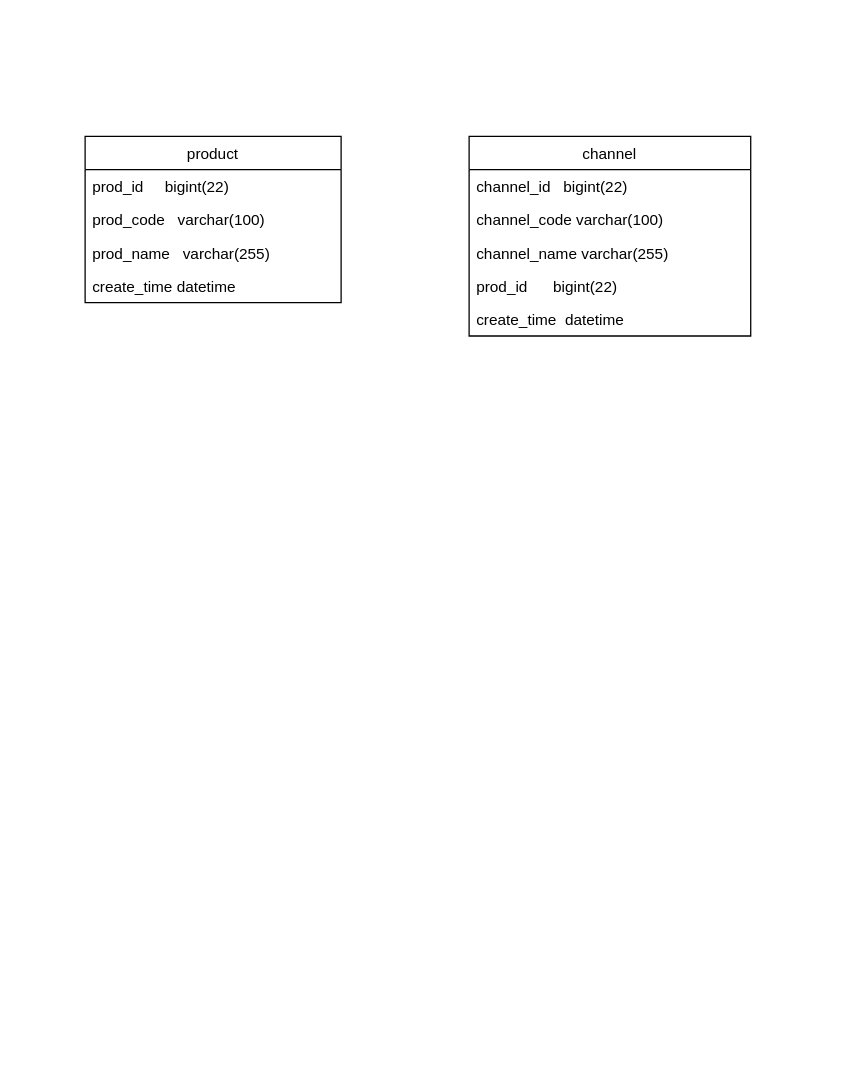
Above: pdf/未命名绘图.drawio in hjj5258/computer-system-learning (draw.io), before the change. Source tidied: cells renumbered, new cells numbered last; positions are measured from the earlier drawing's top-left corner, leaving out a move shared by most shapes. Both pictures are drawn from the tidied source at 128%, with x=0, y=0 at pixel (84, 136).
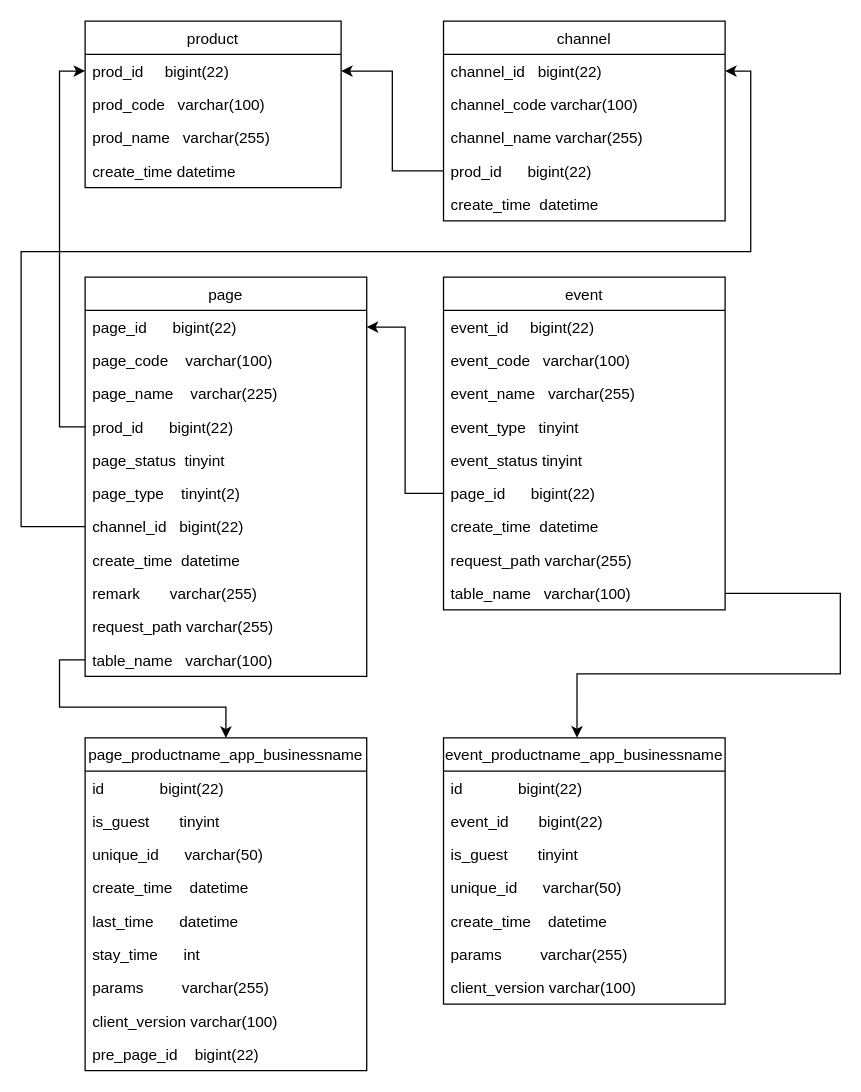
The same page after the edit.

Commit message:
更新未命名绘图.drawio

Unchanged cells that the change refers to:
```xml
<mxCell id="3" value="prod_id     bigint(22)" style="text;strokeColor=none;fillColor=none;align=left;verticalAlign=top;spacingLeft=4;spacingRight=4;overflow=hidden;points=[[0,0.5],[1,0.5]];portConstraint=eastwest;" parent="2" vertex="1">
  <mxGeometry y="26" width="200" height="26" as="geometry" />
</mxCell>
<mxCell id="8" value="channel_id   bigint(22)" style="text;strokeColor=none;fillColor=none;align=left;verticalAlign=top;spacingLeft=4;spacingRight=4;overflow=hidden;points=[[0,0.5],[1,0.5]];portConstraint=eastwest;" parent="7" vertex="1">
  <mxGeometry y="26" width="220" height="26" as="geometry" />
</mxCell>
<mxCell id="11" value="prod_id      bigint(22)" style="text;strokeColor=none;fillColor=none;align=left;verticalAlign=top;spacingLeft=4;spacingRight=4;overflow=hidden;points=[[0,0.5],[1,0.5]];portConstraint=eastwest;" parent="7" vertex="1">
  <mxGeometry y="104" width="220" height="26" as="geometry" />
</mxCell>
```

The edit, as a diff of the source:
```diff
@@
     <mxCell id="2" value="product" style="swimlane;fontStyle=0;horizontal=1;startSize=26;fillColor=none;" parent="1" vertex="1">
-      <mxGeometry width="200" height="130" as="geometry" />
+      <mxGeometry y="-90" width="200" height="130" as="geometry" />
     </mxCell>
@@
     <mxCell id="7" value="channel" style="swimlane;fontStyle=0;horizontal=1;startSize=26;fillColor=none;" parent="1" vertex="1">
-      <mxGeometry x="300" width="220" height="156" as="geometry" />
+      <mxGeometry x="280" y="-90" width="220" height="156" as="geometry" />
     </mxCell>
@@
+    <mxCell id="13" value="page" style="swimlane;fontStyle=0;horizontal=1;startSize=26;fillColor=none;" parent="1" vertex="1">
+      <mxGeometry y="110" width="220" height="312" as="geometry" />
+    </mxCell>
+    <mxCell id="14" value="page_id      bigint(22)" style="text;strokeColor=none;fillColor=none;align=left;verticalAlign=top;spacingLeft=4;spacingRight=4;overflow=hidden;points=[[0,0.5],[1,0.5]];portConstraint=eastwest;" parent="13" vertex="1">
+      <mxGeometry y="26" width="220" height="26" as="geometry" />
+    </mxCell>
+    <mxCell id="15" value="page_code    varchar(100)" style="text;strokeColor=none;fillColor=none;align=left;verticalAlign=top;spacingLeft=4;spacingRight=4;overflow=hidden;" parent="13" vertex="1">
+      <mxGeometry y="52" width="220" height="26" as="geometry" />
+    </mxCell>
+    <mxCell id="16" value="page_name    varchar(225)" style="text;strokeColor=none;fillColor=none;align=left;verticalAlign=top;spacingLeft=4;spacingRight=4;overflow=hidden;" parent="13" vertex="1">
+      <mxGeometry y="78" width="220" height="26" as="geometry" />
+    </mxCell>
+    <mxCell id="17" value="prod_id      bigint(22)" style="text;strokeColor=none;fillColor=none;align=left;verticalAlign=top;spacingLeft=4;spacingRight=4;overflow=hidden;points=[[0,0.5],[1,0.5]];portConstraint=eastwest;" parent="13" vertex="1">
+      <mxGeometry y="104" width="220" height="26" as="geometry" />
+    </mxCell>
+    <mxCell id="18" value="page_status  tinyint" style="text;strokeColor=none;fillColor=none;align=left;verticalAlign=top;spacingLeft=4;spacingRight=4;overflow=hidden;" parent="13" vertex="1">
+      <mxGeometry y="130" width="220" height="26" as="geometry" />
+    </mxCell>
+    <mxCell id="19" value="page_type    tinyint(2)" style="text;strokeColor=none;fillColor=none;align=left;verticalAlign=top;spacingLeft=4;spacingRight=4;overflow=hidden;" parent="13" vertex="1">
+      <mxGeometry y="156" width="220" height="26" as="geometry" />
+    </mxCell>
+    <mxCell id="20" value="channel_id   bigint(22)" style="text;strokeColor=none;fillColor=none;align=left;verticalAlign=top;spacingLeft=4;spacingRight=4;overflow=hidden;points=[[0,0.5],[1,0.5]];portConstraint=eastwest;" parent="13" vertex="1">
+      <mxGeometry y="182" width="220" height="26" as="geometry" />
+    </mxCell>
+    <mxCell id="21" value="create_time  datetime" style="text;strokeColor=none;fillColor=none;align=left;verticalAlign=top;spacingLeft=4;spacingRight=4;overflow=hidden;" parent="13" vertex="1">
+      <mxGeometry y="208" width="220" height="26" as="geometry" />
+    </mxCell>
+    <mxCell id="22" value="remark       varchar(255)" style="text;strokeColor=none;fillColor=none;align=left;verticalAlign=top;spacingLeft=4;spacingRight=4;overflow=hidden;" parent="13" vertex="1">
+      <mxGeometry y="234" width="220" height="26" as="geometry" />
+    </mxCell>
+    <mxCell id="23" value="request_path varchar(255)" style="text;strokeColor=none;fillColor=none;align=left;verticalAlign=top;spacingLeft=4;spacingRight=4;overflow=hidden;" parent="13" vertex="1">
+      <mxGeometry y="260" width="220" height="26" as="geometry" />
+    </mxCell>
+    <mxCell id="24" value="table_name   varchar(100)" style="text;strokeColor=none;fillColor=none;align=left;verticalAlign=top;spacingLeft=4;spacingRight=4;overflow=hidden;points=[[0,0.5],[1,0.5]];portConstraint=eastwest;" parent="13" vertex="1">
+      <mxGeometry y="286" width="220" height="26" as="geometry" />
+    </mxCell>
+    <mxCell id="25" value="event" style="swimlane;fontStyle=0;horizontal=1;startSize=26;fillColor=none;" parent="1" vertex="1">
+      <mxGeometry x="280" y="110" width="220" height="260" as="geometry" />
+    </mxCell>
+    <mxCell id="26" value="event_id     bigint(22)" style="text;strokeColor=none;fillColor=none;align=left;verticalAlign=top;spacingLeft=4;spacingRight=4;overflow=hidden;" parent="25" vertex="1">
+      <mxGeometry y="26" width="220" height="26" as="geometry" />
+    </mxCell>
+    <mxCell id="27" value="event_code   varchar(100)" style="text;strokeColor=none;fillColor=none;align=left;verticalAlign=top;spacingLeft=4;spacingRight=4;overflow=hidden;" parent="25" vertex="1">
+      <mxGeometry y="52" width="220" height="26" as="geometry" />
+    </mxCell>
+    <mxCell id="28" value="event_name   varchar(255)" style="text;strokeColor=none;fillColor=none;align=left;verticalAlign=top;spacingLeft=4;spacingRight=4;overflow=hidden;" parent="25" vertex="1">
+      <mxGeometry y="78" width="220" height="26" as="geometry" />
+    </mxCell>
+    <mxCell id="29" value="event_type   tinyint" style="text;strokeColor=none;fillColor=none;align=left;verticalAlign=top;spacingLeft=4;spacingRight=4;overflow=hidden;" parent="25" vertex="1">
+      <mxGeometry y="104" width="220" height="26" as="geometry" />
+    </mxCell>
+    <mxCell id="30" value="event_status tinyint" style="text;strokeColor=none;fillColor=none;align=left;verticalAlign=top;spacingLeft=4;spacingRight=4;overflow=hidden;" parent="25" vertex="1">
+      <mxGeometry y="130" width="220" height="26" as="geometry" />
+    </mxCell>
+    <mxCell id="31" value="page_id      bigint(22)" style="text;strokeColor=none;fillColor=none;align=left;verticalAlign=top;spacingLeft=4;spacingRight=4;overflow=hidden;points=[[0,0.5],[1,0.5]];portConstraint=eastwest;" parent="25" vertex="1">
+      <mxGeometry y="156" width="220" height="26" as="geometry" />
+    </mxCell>
+    <mxCell id="32" value="create_time  datetime" style="text;strokeColor=none;fillColor=none;align=left;verticalAlign=top;spacingLeft=4;spacingRight=4;overflow=hidden;" parent="25" vertex="1">
+      <mxGeometry y="182" width="220" height="26" as="geometry" />
+    </mxCell>
+    <mxCell id="33" value="request_path varchar(255)" style="text;strokeColor=none;fillColor=none;align=left;verticalAlign=top;spacingLeft=4;spacingRight=4;overflow=hidden;" parent="25" vertex="1">
+      <mxGeometry y="208" width="220" height="26" as="geometry" />
+    </mxCell>
+    <mxCell id="34" value="table_name   varchar(100)" style="text;strokeColor=none;fillColor=none;align=left;verticalAlign=top;spacingLeft=4;spacingRight=4;overflow=hidden;points=[[0,0.5],[1,0.5]];portConstraint=eastwest;" parent="25" vertex="1">
+      <mxGeometry y="234" width="220" height="26" as="geometry" />
+    </mxCell>
+    <mxCell id="35" value="event_productname_app_businessname" style="swimlane;fontStyle=0;horizontal=1;startSize=26;fillColor=none;" parent="1" vertex="1">
+      <mxGeometry x="280" y="470" width="220" height="208" as="geometry" />
+    </mxCell>
+    <mxCell id="36" value="id             bigint(22)" style="text;strokeColor=none;fillColor=none;align=left;verticalAlign=top;spacingLeft=4;spacingRight=4;overflow=hidden;" parent="35" vertex="1">
+      <mxGeometry y="26" width="220" height="26" as="geometry" />
+    </mxCell>
+    <mxCell id="37" value="event_id       bigint(22)" style="text;strokeColor=none;fillColor=none;align=left;verticalAlign=top;spacingLeft=4;spacingRight=4;overflow=hidden;" parent="35" vertex="1">
+      <mxGeometry y="52" width="220" height="26" as="geometry" />
+    </mxCell>
+    <mxCell id="38" value="is_guest       tinyint" style="text;strokeColor=none;fillColor=none;align=left;verticalAlign=top;spacingLeft=4;spacingRight=4;overflow=hidden;" parent="35" vertex="1">
+      <mxGeometry y="78" width="220" height="26" as="geometry" />
+    </mxCell>
+    <mxCell id="39" value="unique_id      varchar(50)" style="text;strokeColor=none;fillColor=none;align=left;verticalAlign=top;spacingLeft=4;spacingRight=4;overflow=hidden;" parent="35" vertex="1">
+      <mxGeometry y="104" width="220" height="26" as="geometry" />
+    </mxCell>
+    <mxCell id="40" value="create_time    datetime" style="text;strokeColor=none;fillColor=none;align=left;verticalAlign=top;spacingLeft=4;spacingRight=4;overflow=hidden;" parent="35" vertex="1">
+      <mxGeometry y="130" width="220" height="26" as="geometry" />
+    </mxCell>
+    <mxCell id="41" value="params         varchar(255)" style="text;strokeColor=none;fillColor=none;align=left;verticalAlign=top;spacingLeft=4;spacingRight=4;overflow=hidden;" parent="35" vertex="1">
+      <mxGeometry y="156" width="220" height="26" as="geometry" />
+    </mxCell>
+    <mxCell id="42" value="client_version varchar(100)" style="text;strokeColor=none;fillColor=none;align=left;verticalAlign=top;spacingLeft=4;spacingRight=4;overflow=hidden;" parent="35" vertex="1">
+      <mxGeometry y="182" width="220" height="26" as="geometry" />
+    </mxCell>
+    <mxCell id="43" value="page_productname_app_businessname" style="swimlane;fontStyle=0;horizontal=1;startSize=26;fillColor=none;" parent="1" vertex="1">
+      <mxGeometry y="470" width="220" height="260" as="geometry" />
+    </mxCell>
+    <mxCell id="44" value="id             bigint(22)" style="text;strokeColor=none;fillColor=none;align=left;verticalAlign=top;spacingLeft=4;spacingRight=4;overflow=hidden;" parent="43" vertex="1">
+      <mxGeometry y="26" width="220" height="26" as="geometry" />
+    </mxCell>
+    <mxCell id="45" value="is_guest       tinyint" style="text;strokeColor=none;fillColor=none;align=left;verticalAlign=top;spacingLeft=4;spacingRight=4;overflow=hidden;" parent="43" vertex="1">
+      <mxGeometry y="52" width="220" height="26" as="geometry" />
+    </mxCell>
+    <mxCell id="46" value="unique_id      varchar(50)" style="text;strokeColor=none;fillColor=none;align=left;verticalAlign=top;spacingLeft=4;spacingRight=4;overflow=hidden;" parent="43" vertex="1">
+      <mxGeometry y="78" width="220" height="26" as="geometry" />
+    </mxCell>
+    <mxCell id="47" value="create_time    datetime" style="text;strokeColor=none;fillColor=none;align=left;verticalAlign=top;spacingLeft=4;spacingRight=4;overflow=hidden;" parent="43" vertex="1">
+      <mxGeometry y="104" width="220" height="26" as="geometry" />
+    </mxCell>
+    <mxCell id="48" value="last_time      datetime" style="text;strokeColor=none;fillColor=none;align=left;verticalAlign=top;spacingLeft=4;spacingRight=4;overflow=hidden;" parent="43" vertex="1">
+      <mxGeometry y="130" width="220" height="26" as="geometry" />
+    </mxCell>
+    <mxCell id="49" value="stay_time      int " style="text;strokeColor=none;fillColor=none;align=left;verticalAlign=top;spacingLeft=4;spacingRight=4;overflow=hidden;" parent="43" vertex="1">
+      <mxGeometry y="156" width="220" height="26" as="geometry" />
+    </mxCell>
+    <mxCell id="50" value="params         varchar(255)" style="text;strokeColor=none;fillColor=none;align=left;verticalAlign=top;spacingLeft=4;spacingRight=4;overflow=hidden;" parent="43" vertex="1">
+      <mxGeometry y="182" width="220" height="26" as="geometry" />
+    </mxCell>
+    <mxCell id="51" value="client_version varchar(100)" style="text;strokeColor=none;fillColor=none;align=left;verticalAlign=top;spacingLeft=4;spacingRight=4;overflow=hidden;" parent="43" vertex="1">
+      <mxGeometry y="208" width="220" height="26" as="geometry" />
+    </mxCell>
+    <mxCell id="52" value="pre_page_id    bigint(22)" style="text;strokeColor=none;fillColor=none;align=left;verticalAlign=top;spacingLeft=4;spacingRight=4;overflow=hidden;" parent="43" vertex="1">
+      <mxGeometry y="234" width="220" height="26" as="geometry" />
+    </mxCell>
+    <mxCell id="53" style="edgeStyle=orthogonalEdgeStyle;rounded=0;jettySize=auto;html=1;exitX=0;exitY=0.5;exitDx=0;exitDy=0;entryX=1;entryY=0.5;entryDx=0;entryDy=0;" parent="1" edge="1" source="11" target="3">
+      <mxGeometry relative="1" as="geometry" />
+    </mxCell>
+    <mxCell id="54" style="edgeStyle=orthogonalEdgeStyle;rounded=0;jettySize=auto;html=1;entryX=0;entryY=0.5;entryDx=0;entryDy=0;" parent="1" edge="1" source="17" target="3">
+      <mxGeometry relative="1" as="geometry" />
+    </mxCell>
+    <mxCell id="55" style="edgeStyle=orthogonalEdgeStyle;rounded=0;jettySize=auto;html=1;exitX=0;exitY=0.5;exitDx=0;exitDy=0;entryX=1;entryY=0.5;entryDx=0;entryDy=0;" parent="1" edge="1" source="20" target="8">
+      <mxGeometry relative="1" as="geometry">
+        <Array as="points">
+          <mxPoint x="-50" y="305" />
+          <mxPoint x="-50" y="90" />
+          <mxPoint x="520" y="90" />
+          <mxPoint x="520" y="-51" />
+        </Array>
+      </mxGeometry>
+    </mxCell>
+    <mxCell id="56" style="edgeStyle=orthogonalEdgeStyle;rounded=0;jettySize=auto;html=1;entryX=1;entryY=0.5;entryDx=0;entryDy=0;" parent="1" edge="1" source="31" target="14">
+      <mxGeometry relative="1" as="geometry" />
+    </mxCell>
+    <mxCell id="57" style="edgeStyle=orthogonalEdgeStyle;rounded=0;jettySize=auto;html=1;" parent="1" edge="1" source="24" target="43">
+      <mxGeometry relative="1" as="geometry" />
+    </mxCell>
+    <mxCell id="58" style="edgeStyle=orthogonalEdgeStyle;rounded=0;jettySize=auto;html=1;entryX=0.474;entryY=-0.001;entryDx=0;entryDy=0;entryPerimeter=0;" parent="1" edge="1" source="34" target="35">
+      <mxGeometry relative="1" as="geometry">
+        <Array as="points">
+          <mxPoint x="590" y="357" />
+          <mxPoint x="590" y="420" />
+          <mxPoint x="384" y="420" />
+        </Array>
+      </mxGeometry>
+    </mxCell>
```
